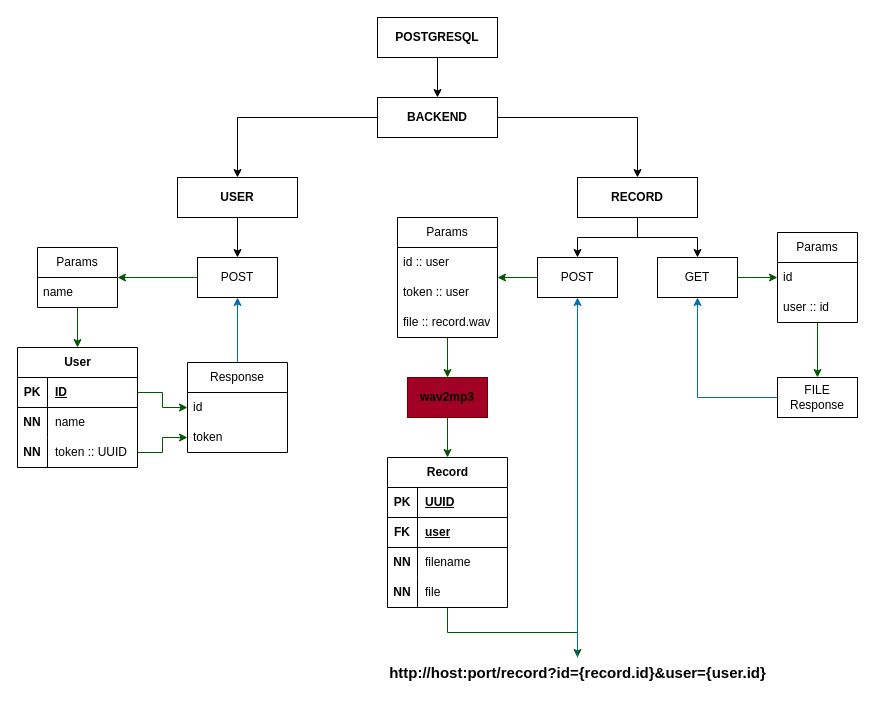
Above: WebDevelopment/staff-prof.ru/data/Diagram.drawio in ames0k0/TestWork (draw.io), before the change. Source tidied: cells renumbered, new cells numbered last; positions are measured from the earlier drawing's top-left corner, leaving out a move shared by most shapes. Both pictures are drawn from the tidied source at 100%, with x=0, y=0 at pixel (17, 17).
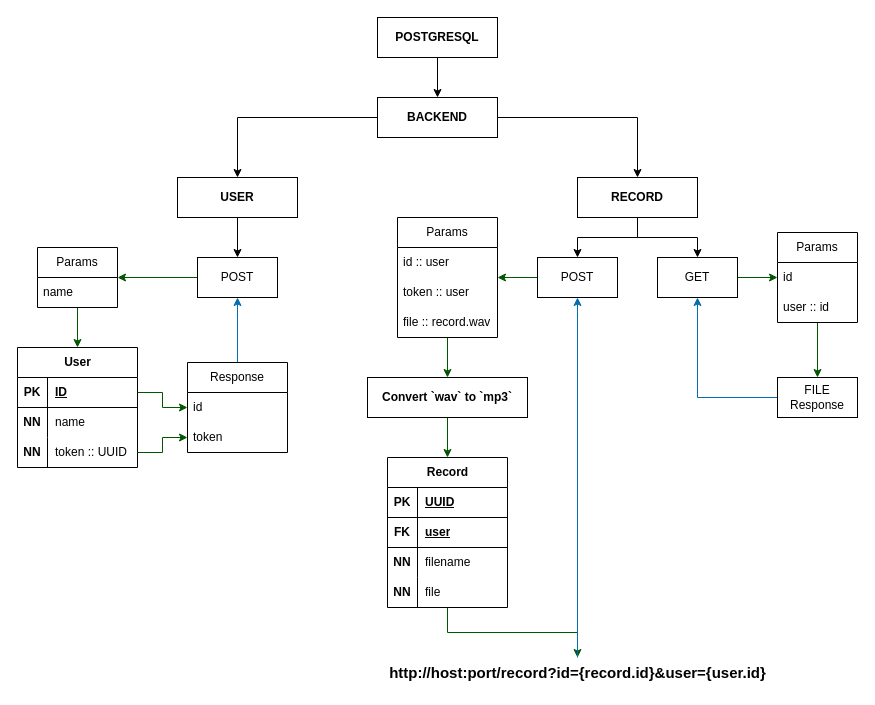
The same page after the edit.

Commit message (it also covers changes not shown here):
WebDevelopment: staff-prof.ru: Update Diagram

Diff of the diagram source:
```diff
@@
-    <mxCell id="53" value="&lt;font style=&quot;color: rgb(0, 0, 0);&quot;&gt;&lt;b&gt;wav2mp3&lt;/b&gt;&lt;/font&gt;" style="whiteSpace=wrap;html=1;fillColor=#a20025;fontColor=#ffffff;strokeColor=#6F0000;" parent="1" vertex="1">
-      <mxGeometry x="390" y="360" width="80" height="40" as="geometry" />
+    <mxCell id="53" value="&lt;font style=&quot;color: light-dark(rgb(0, 0, 0), rgb(255, 255, 255));&quot;&gt;&lt;b style=&quot;&quot;&gt;Convert `wav` to `mp3`&lt;/b&gt;&lt;/font&gt;" style="whiteSpace=wrap;html=1;fillColor=default;" parent="1" vertex="1">
+      <mxGeometry x="350" y="360" width="160" height="40" as="geometry" />
     </mxCell>
```
